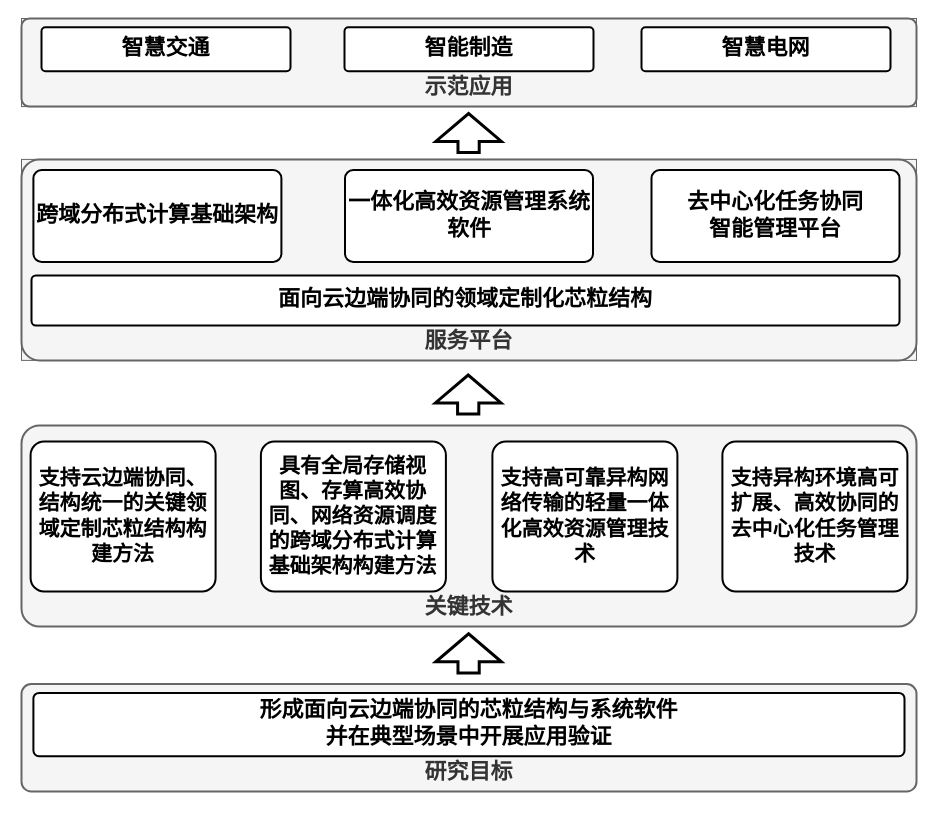
This is 云边端预申报书.drawio from wangjq4214/draw.io, a draw.io file, before an edit. Source tidied: cells renumbered, new cells numbered last; positions are measured from the earlier drawing's top-left corner, leaving out a move shared by most shapes. Both pictures are drawn from the tidied source at 100%, with x=0, y=0 at pixel (21, 18).
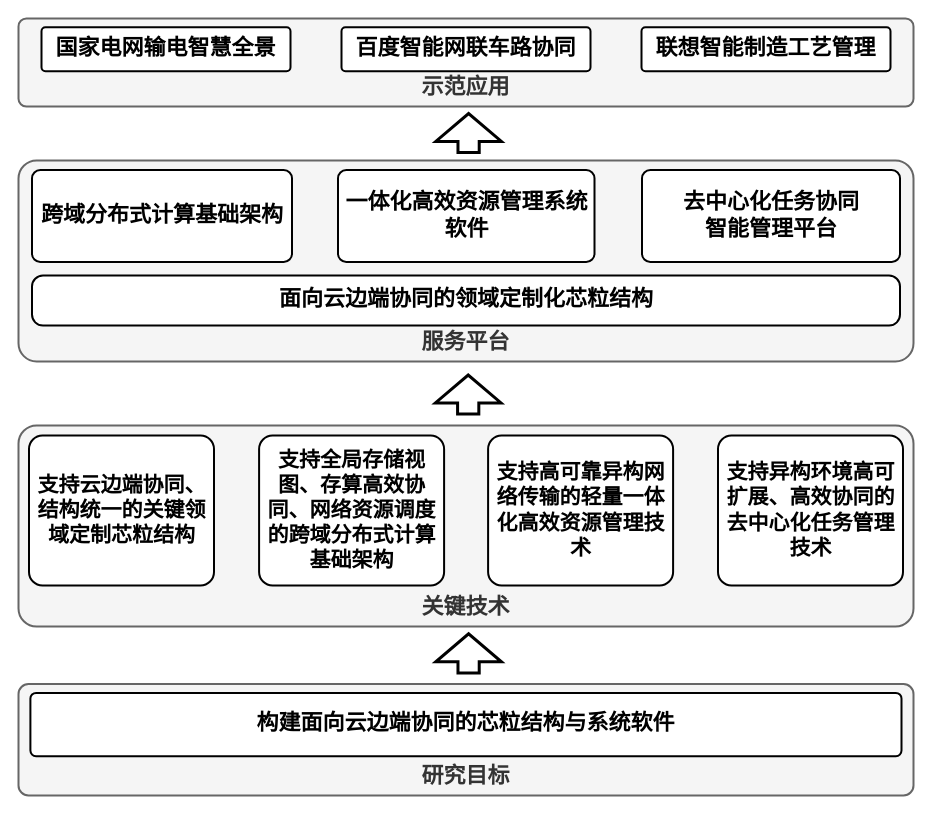
The same diagram, later.

Commit message (it also covers changes not shown here):
更新云边端预申报书.drawio

What changed in the source:
```diff
@@
-    <mxCell id="5" style="group;" parent="1" vertex="1">
-      <mxGeometry y="665.6" width="895" height="107.4" as="geometry" />
-    </mxCell>
+    <mxCell id="25" style="group;" parent="1" vertex="1">
+      <mxGeometry x="-3" y="665.6" width="895" height="111.4" as="geometry" />
+    </mxCell>
-    <mxCell id="6" value="研究目标" style="rounded=1;whiteSpace=wrap;html=1;shadow=0;strokeWidth=2;fontSize=22;verticalAlign=bottom;fontStyle=1;spacingBottom=2;arcSize=9;align=center;spacing=4;fillColor=#f5f5f5;fontColor=#333333;strokeColor=#666666;" parent="5" vertex="1">
-      <mxGeometry width="895" height="107.4" as="geometry" />
+    <mxCell id="6" value="研究目标" style="rounded=1;whiteSpace=wrap;html=1;shadow=0;strokeWidth=2;fontSize=22;verticalAlign=bottom;fontStyle=1;spacingBottom=2;arcSize=9;align=center;spacing=4;fillColor=#f5f5f5;fontColor=#333333;strokeColor=#666666;" parent="25" vertex="1">
+      <mxGeometry width="895" height="111.4" as="geometry" />
     </mxCell>
-    <mxCell id="7" value="形成面向云边端协同的芯粒结构与系统软件&lt;br&gt;并在典型场景中开展应用验证" style="rounded=1;whiteSpace=wrap;html=1;shadow=0;strokeWidth=2;fontSize=22;verticalAlign=middle;fontStyle=1;spacingBottom=2;arcSize=9;align=center;spacing=4;" parent="5" vertex="1">
+    <mxCell id="7" value="构建面向云边端协同的芯粒结构与系统软件" style="rounded=1;whiteSpace=wrap;html=1;shadow=0;strokeWidth=2;fontSize=22;verticalAlign=middle;fontStyle=1;spacingBottom=2;arcSize=9;align=center;spacing=4;" parent="25" vertex="1">
       <mxGeometry x="11.9" y="8.8" width="871.1" height="63.4" as="geometry" />
     </mxCell>
-    <mxCell id="8" style="group;fillColor=#f5f5f5;fontColor=#333333;strokeColor=#666666;" parent="1" vertex="1">
-      <mxGeometry width="895" height="88.1" as="geometry" />
-    </mxCell>
-    <mxCell id="9" value="示范应用" style="rounded=1;whiteSpace=wrap;html=1;shadow=0;strokeWidth=2;fontSize=22;verticalAlign=bottom;fontStyle=1;spacingBottom=2;arcSize=9;align=center;spacing=4;fillColor=#f5f5f5;fontColor=#333333;strokeColor=#666666;" parent="8" vertex="1">
-      <mxGeometry width="895" height="88.1" as="geometry" />
-    </mxCell>
-    <mxCell id="10" value="智能制造" style="rounded=1;whiteSpace=wrap;html=1;shadow=0;strokeWidth=2;fontSize=22;verticalAlign=middle;fontStyle=1;spacingBottom=2;arcSize=9;align=center;spacing=4;" parent="8" vertex="1">
-      <mxGeometry x="323" y="8.8" width="249" height="44" as="geometry" />
-    </mxCell>
-    <mxCell id="11" value="智慧交通" style="rounded=1;whiteSpace=wrap;html=1;shadow=0;strokeWidth=2;fontSize=22;verticalAlign=middle;fontStyle=1;spacingBottom=2;arcSize=9;align=center;spacing=4;" parent="8" vertex="1">
-      <mxGeometry x="20" y="8.8" width="249" height="44" as="geometry" />
-    </mxCell>
-    <mxCell id="12" value="智慧电网" style="rounded=1;whiteSpace=wrap;html=1;shadow=0;strokeWidth=2;fontSize=22;verticalAlign=middle;fontStyle=1;spacingBottom=2;arcSize=9;align=center;spacing=4;" parent="8" vertex="1">
-      <mxGeometry x="620" y="8.8" width="249" height="44" as="geometry" />
-    </mxCell>
+    <mxCell id="26" style="group;" parent="1" vertex="1">
+      <mxGeometry x="-3" y="407" width="895" height="201" as="geometry" />
+    </mxCell>
-    <mxCell id="13" value="关键技术" style="rounded=1;whiteSpace=wrap;html=1;shadow=0;strokeWidth=2;fontSize=22;verticalAlign=bottom;fontStyle=1;spacingBottom=2;arcSize=9;align=center;spacing=4;fillColor=#f5f5f5;fontColor=#333333;strokeColor=#666666;" parent="1" vertex="1">
-      <mxGeometry y="407" width="895" height="201" as="geometry" />
+    <mxCell id="13" value="关键技术" style="rounded=1;whiteSpace=wrap;html=1;shadow=0;strokeWidth=2;fontSize=22;verticalAlign=bottom;fontStyle=1;spacingBottom=2;arcSize=9;align=center;spacing=4;fillColor=#f5f5f5;fontColor=#333333;strokeColor=#666666;" parent="26" vertex="1">
+      <mxGeometry width="895" height="201" as="geometry" />
     </mxCell>
-    <mxCell id="14" style="group;" parent="1" vertex="1">
-      <mxGeometry x="9.1" y="513.1" width="876.8" height="59.9" as="geometry" />
-    </mxCell>
+    <mxCell id="27" style="group;" parent="26" vertex="1">
+      <mxGeometry x="10.5" y="10" width="874" height="149.9" as="geometry" />
+    </mxCell>
-    <mxCell id="15" value="支持云边端协同、结构统一的关键领域定制芯粒结构构建方法" style="rounded=1;whiteSpace=wrap;html=1;shadow=0;strokeWidth=2;fontSize=21;verticalAlign=middle;fontStyle=1;spacingBottom=2;arcSize=9;" parent="14" vertex="1">
-      <mxGeometry y="-90" width="185" height="149.9" as="geometry" />
+    <mxCell id="15" value="支持云边端协同、结构统一的关键领域定制芯粒结构" style="rounded=1;whiteSpace=wrap;html=1;shadow=0;strokeWidth=2;fontSize=21;verticalAlign=middle;fontStyle=1;spacingBottom=2;arcSize=9;" parent="27" vertex="1">
+      <mxGeometry width="185" height="149.9" as="geometry" />
     </mxCell>
-    <mxCell id="16" value="具有全局存储视图、存算高效协同、网络资源调度的跨域分布式计算基础架构构建方法" style="rounded=1;whiteSpace=wrap;html=1;shadow=0;strokeWidth=2;fontSize=21;verticalAlign=middle;fontStyle=1;spacingBottom=2;arcSize=9;" parent="14" vertex="1">
-      <mxGeometry x="230.3" y="-90" width="185" height="149.9" as="geometry" />
+    <mxCell id="16" value="支持全局存储视图、存算高效协同、网络资源调度的跨域分布式计算基础架构" style="rounded=1;whiteSpace=wrap;html=1;shadow=0;strokeWidth=2;fontSize=21;verticalAlign=middle;fontStyle=1;spacingBottom=2;arcSize=9;" parent="27" vertex="1">
+      <mxGeometry x="230.1" width="185" height="149.9" as="geometry" />
     </mxCell>
-    <mxCell id="17" value="支持高可靠异构网络传输的轻量一体化高效资源管理技术" style="rounded=1;whiteSpace=wrap;html=1;shadow=0;strokeWidth=2;fontSize=21;verticalAlign=middle;fontStyle=1;spacingBottom=2;arcSize=9;" parent="14" vertex="1">
-      <mxGeometry x="461.8" y="-90" width="185" height="149.9" as="geometry" />
+    <mxCell id="17" value="支持高可靠异构网络传输的轻量一体化高效资源管理技术" style="rounded=1;whiteSpace=wrap;html=1;shadow=0;strokeWidth=2;fontSize=21;verticalAlign=middle;fontStyle=1;spacingBottom=2;arcSize=9;" parent="27" vertex="1">
+      <mxGeometry x="459.1" width="185" height="149.9" as="geometry" />
     </mxCell>
-    <mxCell id="18" value="支持异构环境高可扩展、高效协同的去中心化任务管理技术" style="rounded=1;whiteSpace=wrap;html=1;shadow=0;strokeWidth=2;fontSize=21;verticalAlign=middle;fontStyle=1;spacingBottom=2;arcSize=9;" parent="14" vertex="1">
-      <mxGeometry x="691.8" y="-90" width="185" height="149.9" as="geometry" />
+    <mxCell id="18" value="支持异构环境高可扩展、高效协同的去中心化任务管理技术" style="rounded=1;whiteSpace=wrap;html=1;shadow=0;strokeWidth=2;fontSize=21;verticalAlign=middle;fontStyle=1;spacingBottom=2;arcSize=9;" parent="27" vertex="1">
+      <mxGeometry x="689" width="185" height="149.9" as="geometry" />
     </mxCell>
-    <mxCell id="19" style="group;fillColor=#f5f5f5;fontColor=#333333;strokeColor=#666666;" parent="1" vertex="1">
-      <mxGeometry y="140.9" width="895" height="201" as="geometry" />
-    </mxCell>
+    <mxCell id="28" style="group;" parent="1" vertex="1">
+      <mxGeometry x="-3" y="141.9" width="895" height="201" as="geometry" />
+    </mxCell>
-    <mxCell id="20" value="服务平台" style="rounded=1;whiteSpace=wrap;html=1;shadow=0;strokeWidth=2;fontSize=22;verticalAlign=bottom;fontStyle=1;spacingBottom=2;arcSize=9;align=center;spacing=4;fillColor=#f5f5f5;fontColor=#333333;strokeColor=#666666;" parent="19" vertex="1">
+    <mxCell id="20" value="服务平台" style="rounded=1;whiteSpace=wrap;html=1;shadow=0;strokeWidth=2;fontSize=22;verticalAlign=bottom;fontStyle=1;spacingBottom=2;arcSize=9;align=center;spacing=4;fillColor=#f5f5f5;fontColor=#333333;strokeColor=#666666;" parent="28" vertex="1">
       <mxGeometry width="895" height="201" as="geometry" />
     </mxCell>
+    <mxCell id="29" style="group;" parent="28" vertex="1">
+      <mxGeometry x="13.5" y="9.6" width="868" height="155.6" as="geometry" />
+    </mxCell>
-    <mxCell id="21" value="去中心化任务协同&lt;br&gt;智能管理平台" style="rounded=1;whiteSpace=wrap;html=1;shadow=0;strokeWidth=2;fontSize=22;verticalAlign=middle;fontStyle=1;spacingBottom=2;arcSize=9;align=center;spacing=4;" parent="19" vertex="1">
-      <mxGeometry x="630" y="10.6" width="248" height="92" as="geometry" />
+    <mxCell id="21" value="去中心化任务协同&lt;br&gt;智能管理平台" style="rounded=1;whiteSpace=wrap;html=1;shadow=0;strokeWidth=2;fontSize=22;verticalAlign=middle;fontStyle=1;spacingBottom=2;arcSize=9;align=center;spacing=4;" parent="29" vertex="1">
+      <mxGeometry x="610" width="258" height="92" as="geometry" />
     </mxCell>
-    <mxCell id="22" value="面向云边端协同的领域定制化芯粒结构" style="rounded=1;whiteSpace=wrap;html=1;shadow=0;strokeWidth=2;fontSize=22;verticalAlign=middle;fontStyle=1;spacingBottom=2;arcSize=9;align=center;spacing=4;" parent="19" vertex="1">
-      <mxGeometry x="10" y="116.1" width="868" height="50" as="geometry" />
+    <mxCell id="22" value="面向云边端协同的领域定制化芯粒结构" style="rounded=1;whiteSpace=wrap;html=1;shadow=0;strokeWidth=2;fontSize=22;verticalAlign=middle;fontStyle=1;spacingBottom=2;arcSize=22;align=center;spacing=4;" parent="29" vertex="1">
+      <mxGeometry y="105.6" width="868" height="50" as="geometry" />
     </mxCell>
-    <mxCell id="23" value="跨域分布式计算基础架构" style="rounded=1;whiteSpace=wrap;html=1;shadow=0;strokeWidth=2;fontSize=22;verticalAlign=middle;fontStyle=1;spacingBottom=2;arcSize=9;align=center;spacing=4;" parent="19" vertex="1">
-      <mxGeometry x="11.9" y="10.6" width="248" height="92" as="geometry" />
+    <mxCell id="23" value="跨域分布式计算基础架构" style="rounded=1;whiteSpace=wrap;html=1;shadow=0;strokeWidth=2;fontSize=22;verticalAlign=middle;fontStyle=1;spacingBottom=2;arcSize=9;align=center;spacing=4;" parent="29" vertex="1">
+      <mxGeometry width="260" height="92" as="geometry" />
     </mxCell>
-    <mxCell id="24" value="一体化高效资源管理系统软件" style="rounded=1;whiteSpace=wrap;html=1;shadow=0;strokeWidth=2;fontSize=22;verticalAlign=middle;fontStyle=1;spacingBottom=2;arcSize=9;align=center;spacing=4;" parent="19" vertex="1">
-      <mxGeometry x="323.5" y="10.6" width="248" height="92" as="geometry" />
+    <mxCell id="24" value="一体化高效资源管理系统软件" style="rounded=1;whiteSpace=wrap;html=1;shadow=0;strokeWidth=2;fontSize=22;verticalAlign=middle;fontStyle=1;spacingBottom=2;arcSize=9;align=center;spacing=4;" parent="29" vertex="1">
+      <mxGeometry x="306" width="256.5" height="92" as="geometry" />
     </mxCell>
+    <mxCell id="30" style="group;" parent="1" vertex="1">
+      <mxGeometry x="-3" width="895" height="88.1" as="geometry" />
+    </mxCell>
+    <mxCell id="9" value="示范应用" style="rounded=1;whiteSpace=wrap;html=1;shadow=0;strokeWidth=2;fontSize=22;verticalAlign=bottom;fontStyle=1;spacingBottom=2;arcSize=9;align=center;spacing=4;fillColor=#f5f5f5;fontColor=#333333;strokeColor=#666666;" parent="30" vertex="1">
+      <mxGeometry width="895" height="88.1" as="geometry" />
+    </mxCell>
+    <mxCell id="31" style="group;" parent="30" vertex="1">
+      <mxGeometry x="23" y="8.8" width="849" height="44" as="geometry" />
+    </mxCell>
+    <mxCell id="10" value="百度智能网联车路协同" style="rounded=1;whiteSpace=wrap;html=1;shadow=0;strokeWidth=2;fontSize=22;verticalAlign=middle;fontStyle=1;spacingBottom=2;arcSize=9;align=center;spacing=4;flipH=1;" parent="31" vertex="1">
+      <mxGeometry x="300" width="249" height="44" as="geometry" />
+    </mxCell>
+    <mxCell id="11" value="国家电网输电智慧全景" style="rounded=1;whiteSpace=wrap;html=1;shadow=0;strokeWidth=2;fontSize=22;verticalAlign=middle;fontStyle=1;spacingBottom=2;arcSize=9;align=center;spacing=4;flipH=1;" parent="31" vertex="1">
+      <mxGeometry width="249" height="44" as="geometry" />
+    </mxCell>
+    <mxCell id="12" value="联想智能制造工艺管理" style="rounded=1;whiteSpace=wrap;html=1;shadow=0;strokeWidth=2;fontSize=22;verticalAlign=middle;fontStyle=1;spacingBottom=2;arcSize=9;align=center;spacing=4;flipH=1;" parent="31" vertex="1">
+      <mxGeometry x="600" width="249" height="44" as="geometry" />
+    </mxCell>
```
